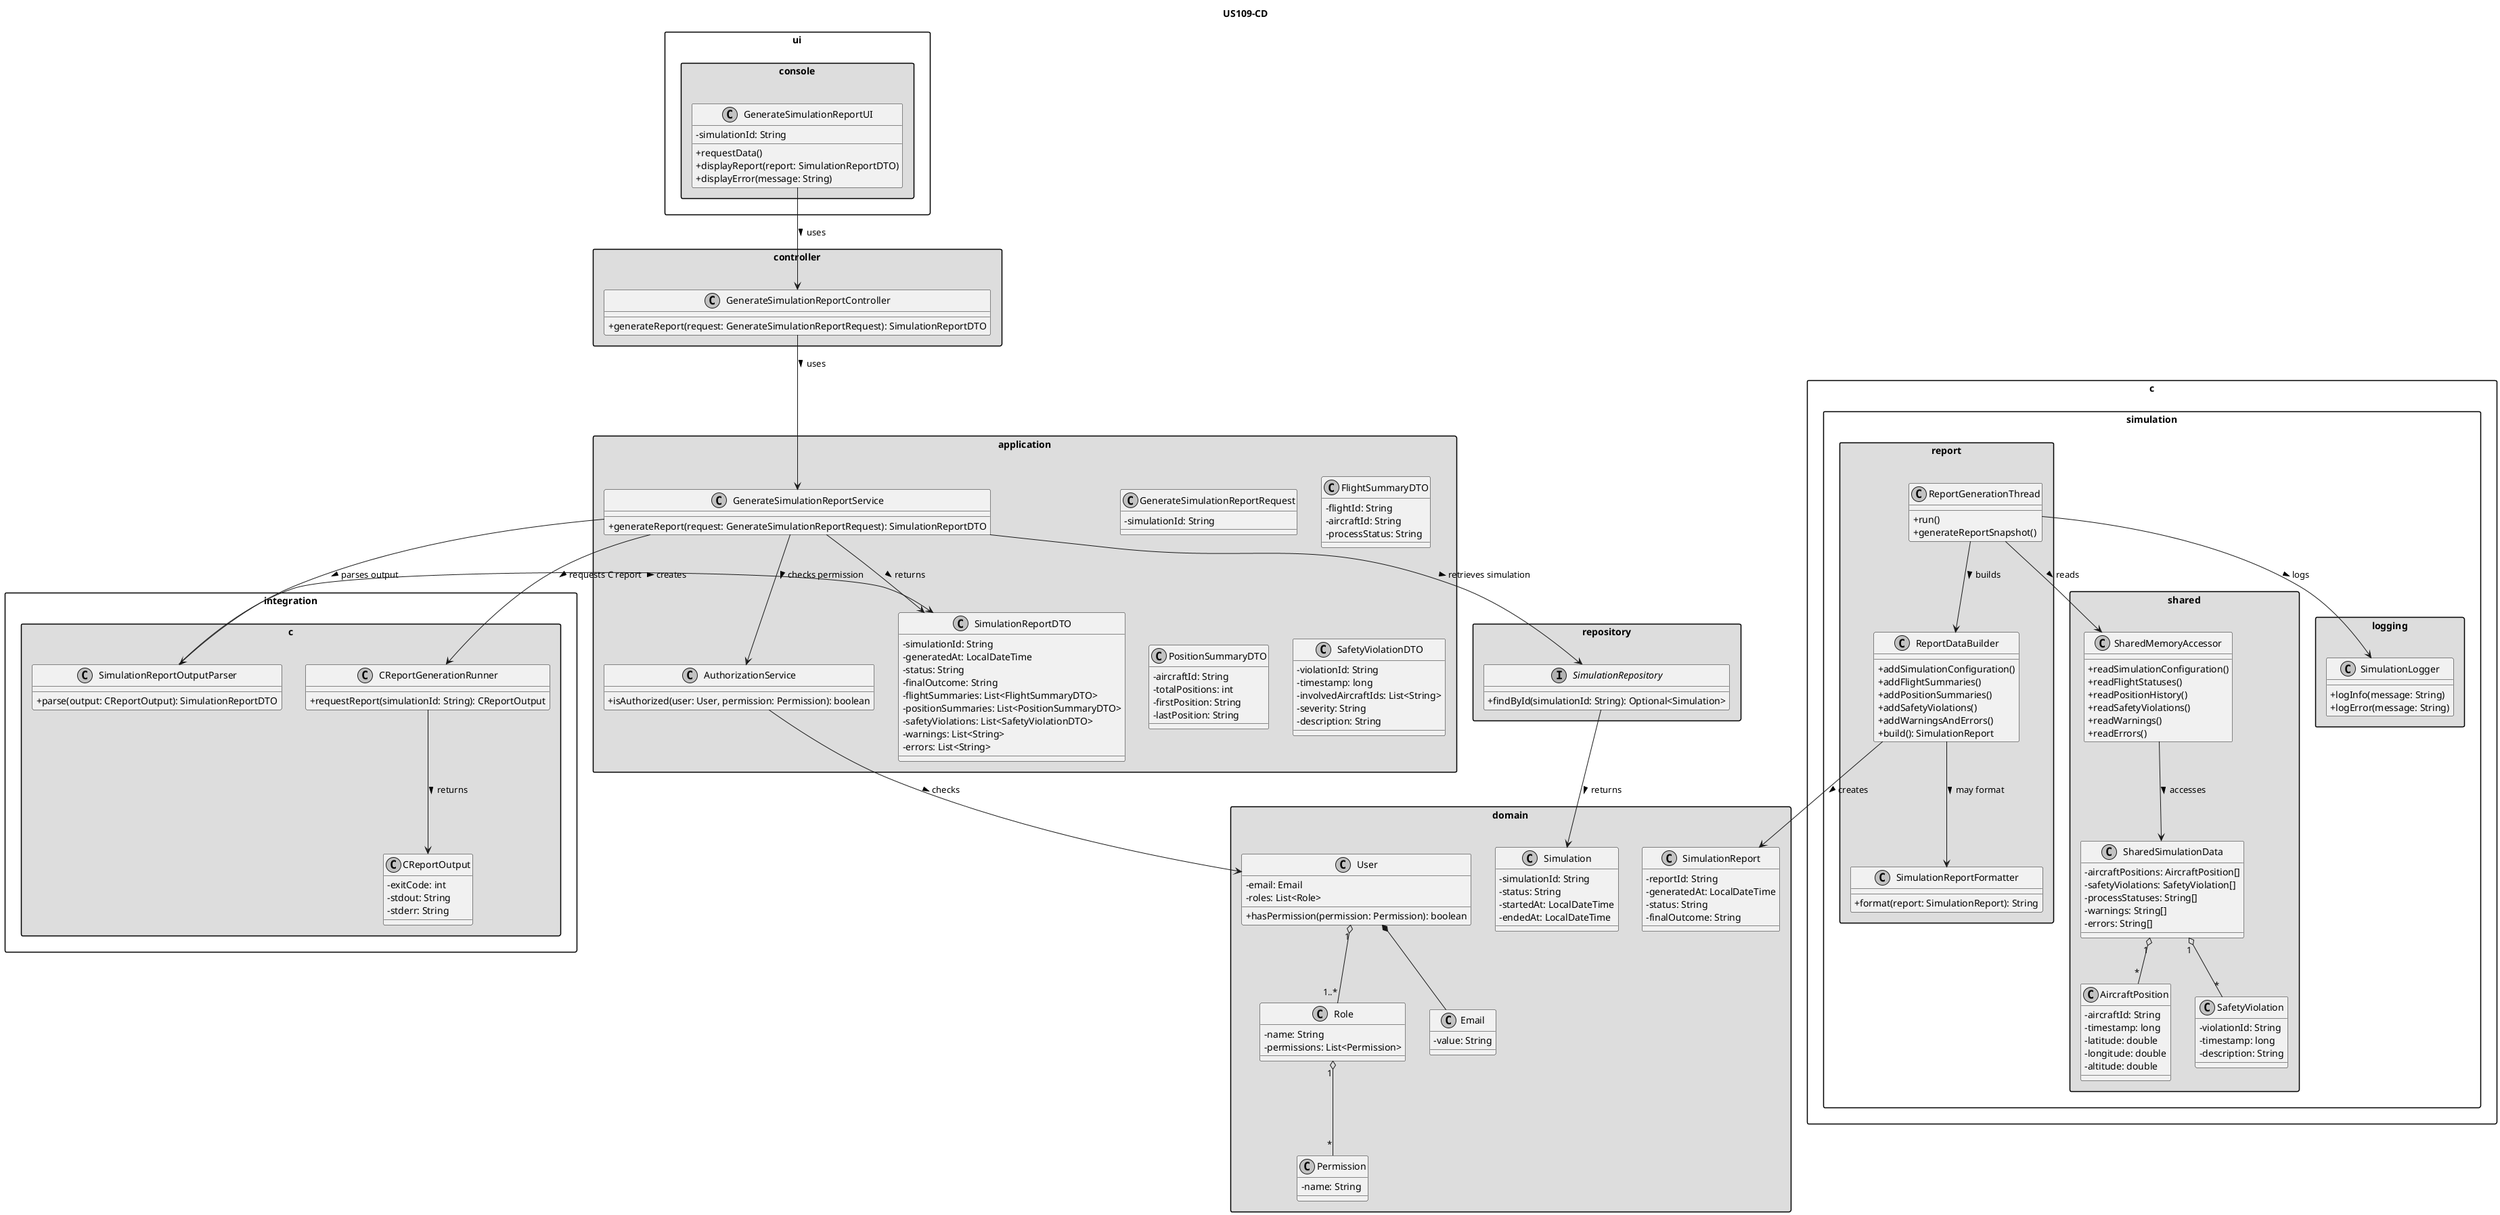
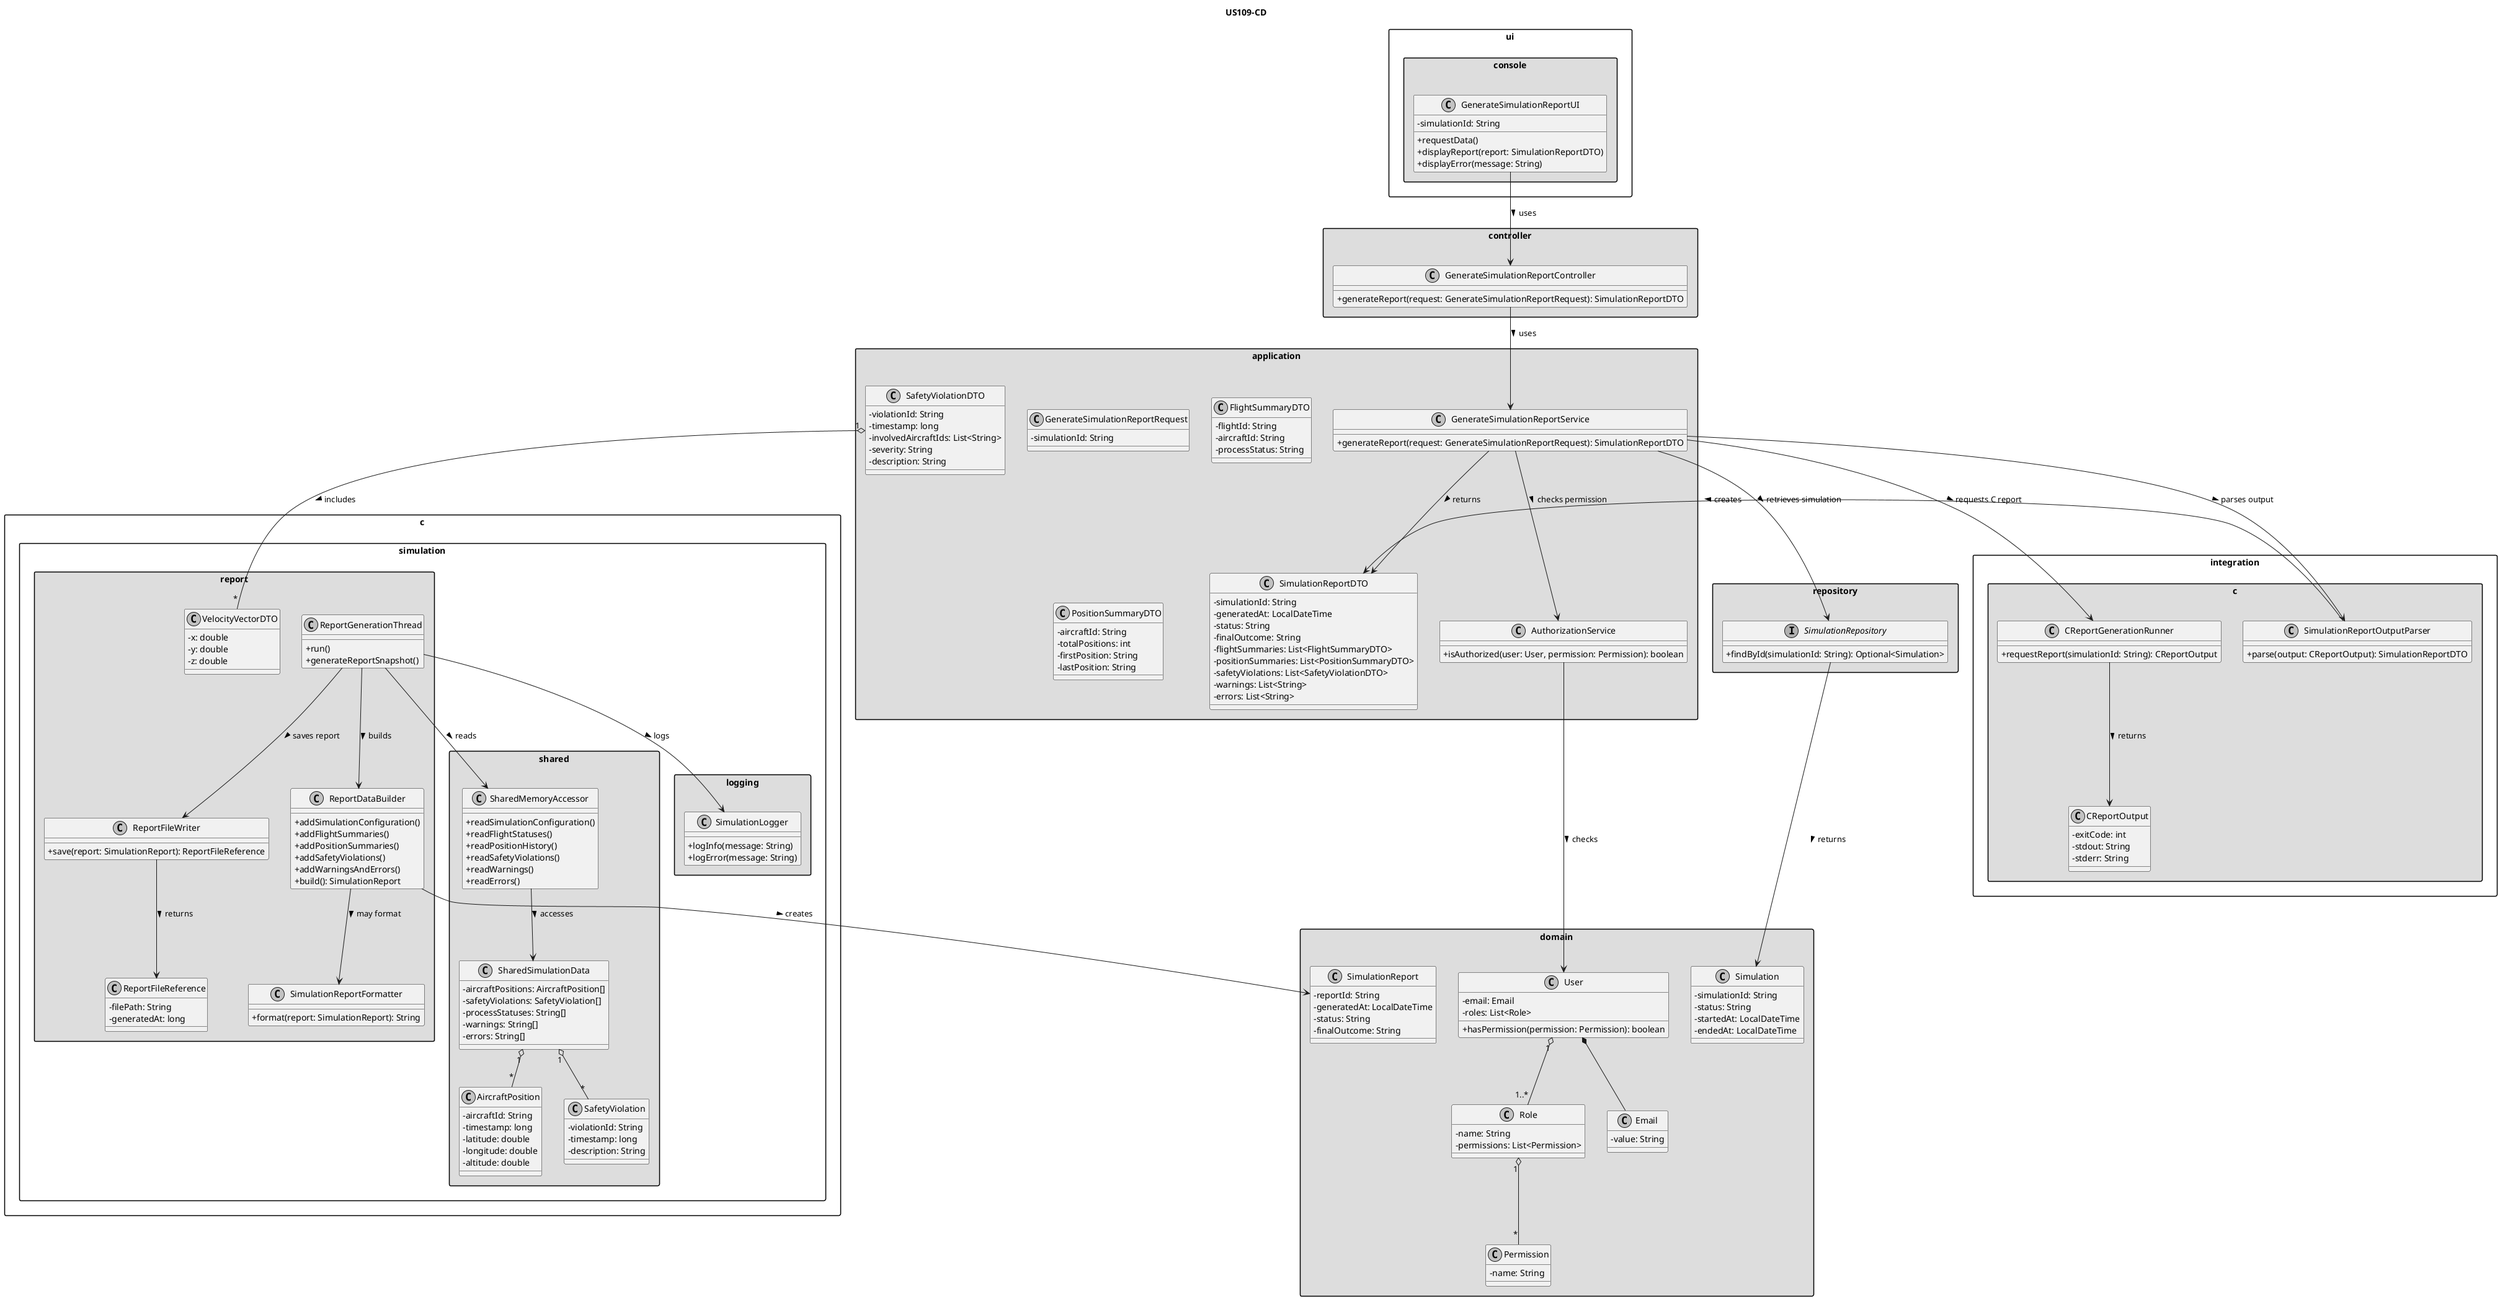
@startuml
title US109-CD

skinparam monochrome true
skinparam packageStyle rectangle
skinparam shadowing false
skinparam classAttributeIconSize 0

package "ui.console" #DDDDDD {
    class GenerateSimulationReportUI {
        - simulationId: String
        + requestData()
        + displayReport(report: SimulationReportDTO)
        + displayError(message: String)
    }
}

package "controller" #DDDDDD {
    class GenerateSimulationReportController {
        + generateReport(request: GenerateSimulationReportRequest): SimulationReportDTO
    }
}

package "application" #DDDDDD {
    class GenerateSimulationReportService {
        + generateReport(request: GenerateSimulationReportRequest): SimulationReportDTO
    }

    class AuthorizationService {
        + isAuthorized(user: User, permission: Permission): boolean
    }

    class GenerateSimulationReportRequest {
        - simulationId: String
    }

    class SimulationReportDTO {
        - simulationId: String
        - generatedAt: LocalDateTime
        - status: String
        - finalOutcome: String
        - flightSummaries: List<FlightSummaryDTO>
        - positionSummaries: List<PositionSummaryDTO>
        - safetyViolations: List<SafetyViolationDTO>
        - warnings: List<String>
        - errors: List<String>
    }

    class FlightSummaryDTO {
        - flightId: String
        - aircraftId: String
        - processStatus: String
    }

    class PositionSummaryDTO {
        - aircraftId: String
        - totalPositions: int
        - firstPosition: String
        - lastPosition: String
    }

    class SafetyViolationDTO {
        - violationId: String
        - timestamp: long
        - involvedAircraftIds: List<String>
        - severity: String
        - description: String
    }
}

package "integration.c" #DDDDDD {
    class CReportGenerationRunner {
        + requestReport(simulationId: String): CReportOutput
    }

    class CReportOutput {
        - exitCode: int
        - stdout: String
        - stderr: String
    }

    class SimulationReportOutputParser {
        + parse(output: CReportOutput): SimulationReportDTO
    }
}

package "domain" #DDDDDD {
    class User {
        - email: Email
        - roles: List<Role>
        + hasPermission(permission: Permission): boolean
    }

    class Role {
        - name: String
        - permissions: List<Permission>
    }

    class Permission {
        - name: String
    }

    class Simulation {
        - simulationId: String
        - status: String
        - startedAt: LocalDateTime
        - endedAt: LocalDateTime
    }

    class SimulationReport {
        - reportId: String
        - generatedAt: LocalDateTime
        - status: String
        - finalOutcome: String
    }

    class Email {
        - value: String
    }
}

package "repository" #DDDDDD {
    interface SimulationRepository {
        + findById(simulationId: String): Optional<Simulation>
    }
}

package "c.simulation.report" #DDDDDD {
    class ReportGenerationThread {
        + run()
        + generateReportSnapshot()
    }

    class ReportDataBuilder {
        + addSimulationConfiguration()
        + addFlightSummaries()
        + addPositionSummaries()
        + addSafetyViolations()
        + addWarningsAndErrors()
        + build(): SimulationReport
    }

    class SimulationReportFormatter {
        + format(report: SimulationReport): String
    }
+     class ReportFileWriter {
+         + save(report: SimulationReport): ReportFileReference
+     }
+ 
+     class ReportFileReference {
+         - filePath: String
+         - generatedAt: long
+     }
+ 
+     class VelocityVectorDTO {
+         - x: double
+         - y: double
+         - z: double
+     }
}

package "c.simulation.shared" #DDDDDD {
    class SharedMemoryAccessor {
        + readSimulationConfiguration()
        + readFlightStatuses()
        + readPositionHistory()
        + readSafetyViolations()
        + readWarnings()
        + readErrors()
    }

    class SharedSimulationData {
        - aircraftPositions: AircraftPosition[]
        - safetyViolations: SafetyViolation[]
        - processStatuses: String[]
        - warnings: String[]
        - errors: String[]
    }

    class AircraftPosition {
        - aircraftId: String
        - timestamp: long
        - latitude: double
        - longitude: double
        - altitude: double
    }

    class SafetyViolation {
        - violationId: String
        - timestamp: long
        - description: String
    }
}

package "c.simulation.logging" #DDDDDD {
    class SimulationLogger {
        + logInfo(message: String)
        + logError(message: String)
    }
}

GenerateSimulationReportUI --> GenerateSimulationReportController : uses >
GenerateSimulationReportController --> GenerateSimulationReportService : uses >
GenerateSimulationReportService --> AuthorizationService : checks permission >
GenerateSimulationReportService --> SimulationRepository : retrieves simulation >
GenerateSimulationReportService --> CReportGenerationRunner : requests C report >
GenerateSimulationReportService --> SimulationReportOutputParser : parses output >
GenerateSimulationReportService --> SimulationReportDTO : returns >

CReportGenerationRunner --> CReportOutput : returns >
SimulationReportOutputParser --> SimulationReportDTO : creates >

AuthorizationService --> User : checks >
User "1" o-- "1..*" Role
Role "1" o-- "*" Permission
User *-- Email

+ ReportGenerationThread --> ReportFileWriter : saves report >
+ ReportFileWriter --> ReportFileReference : returns >
+ SafetyViolationDTO "1" o-- "*" VelocityVectorDTO : includes >
ReportGenerationThread --> SharedMemoryAccessor : reads >
ReportGenerationThread --> ReportDataBuilder : builds >
ReportDataBuilder --> SimulationReport : creates >
ReportDataBuilder --> SimulationReportFormatter : may format >
ReportGenerationThread --> SimulationLogger : logs >

SharedMemoryAccessor --> SharedSimulationData : accesses >
SharedSimulationData "1" o-- "*" AircraftPosition
SharedSimulationData "1" o-- "*" SafetyViolation

SimulationRepository --> Simulation : returns >

@enduml